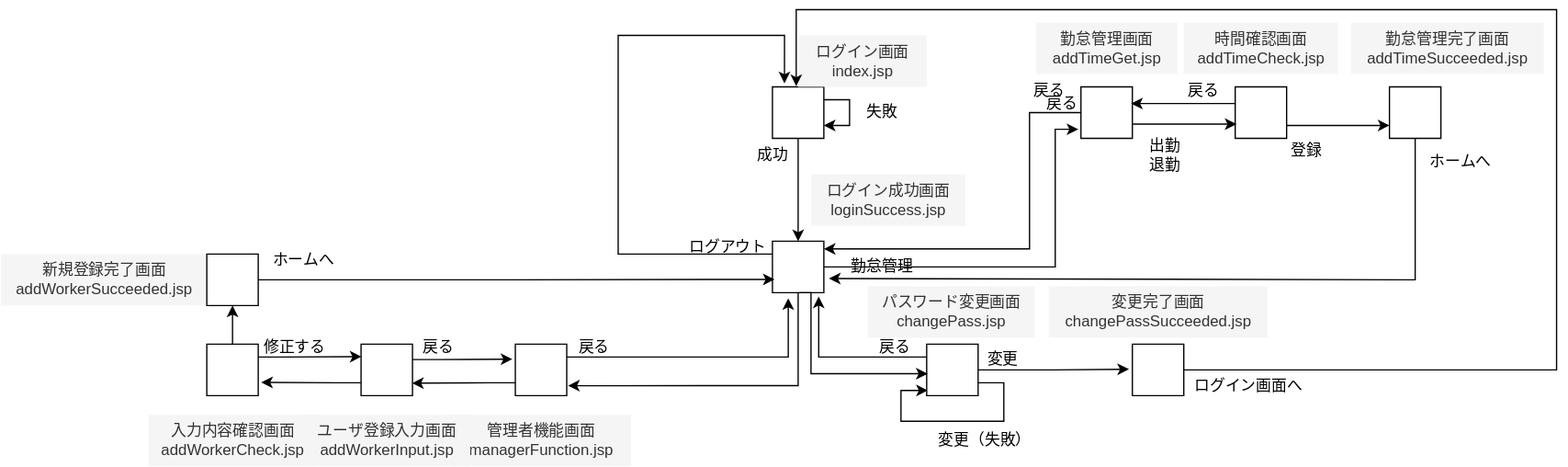
The draw.io diagram ログイン画面.drawio.svg in Masaaki-Kobayashi-kccs/sampleRepo2, before a commit. Source tidied: cells renumbered, new cells last; positions are measured from the earlier drawing's top-left corner, leaving out a move shared by most shapes.
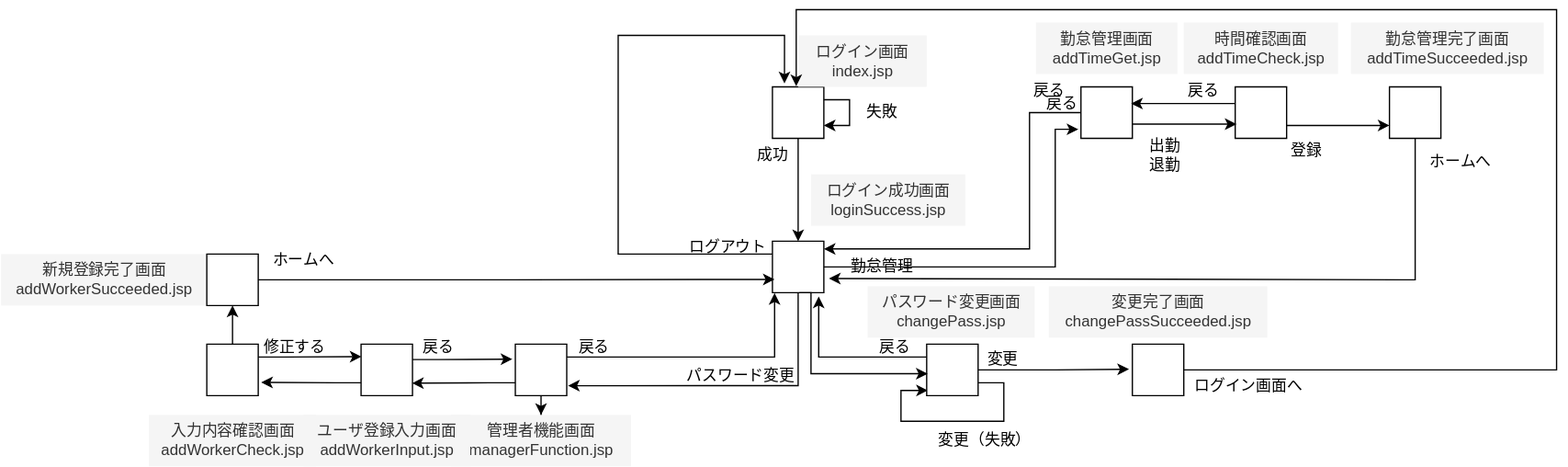
After the change.

Commit message:
ログイン画面.drawio.svg を更新します

The edit, as a diff of the source:
```diff
@@ -118,6 +118,9 @@
     <mxCell id="28" value="変更" style="text;html=1;align=center;verticalAlign=middle;strokeColor=none;fillColor=none;" parent="1" vertex="1">
       <mxGeometry x="754" y="257" width="50" height="30" as="geometry" />
     </mxCell>
+    <mxCell id="64" style="edgeStyle=orthogonalEdgeStyle;rounded=0;jettySize=auto;html=1;" parent="1" edge="1" source="29" target="30">
+      <mxGeometry relative="1" as="geometry" />
+    </mxCell>
     <mxCell id="29" style="verticalLabelPosition=bottom;verticalAlign=top;html=1;shape=mxgraph.basic.rect;fillColor2=none;strokeWidth=1;size=20;indent=5;" parent="1" vertex="1">
       <mxGeometry x="400" y="260" width="40" height="40" as="geometry" />
     </mxCell>
@@ -229,13 +232,6 @@
         </Array>
       </mxGeometry>
     </mxCell>
-    <mxCell id="56" style="edgeStyle=orthogonalEdgeStyle;rounded=0;jettySize=auto;html=1;entryX=0.308;entryY=1.108;entryDx=0;entryDy=0;entryPerimeter=0;" parent="1" edge="1" source="29" target="6">
-      <mxGeometry relative="1" as="geometry">
-        <Array as="points">
-          <mxPoint x="612" y="270" />
-        </Array>
-      </mxGeometry>
-    </mxCell>
     <mxCell id="57" value="戻る" style="text;html=1;align=center;verticalAlign=middle;strokeColor=none;fillColor=none;" parent="1" vertex="1">
       <mxGeometry x="436" y="248" width="50" height="30" as="geometry" />
     </mxCell>
@@ -277,5 +273,15 @@
     <mxCell id="63" value="修正する" style="text;html=1;align=center;verticalAlign=middle;strokeColor=none;fillColor=none;" parent="1" vertex="1">
       <mxGeometry x="193" y="248" width="70" height="30" as="geometry" />
     </mxCell>
+    <mxCell id="56" style="edgeStyle=orthogonalEdgeStyle;rounded=0;jettySize=auto;html=1;entryX=0.042;entryY=1.008;entryDx=0;entryDy=0;entryPerimeter=0;" parent="1" edge="1" source="29" target="6">
+      <mxGeometry relative="1" as="geometry">
+        <Array as="points">
+          <mxPoint x="602" y="270" />
+        </Array>
+      </mxGeometry>
+    </mxCell>
+    <mxCell id="65" value="パスワード変更" style="text;html=1;align=center;verticalAlign=middle;strokeColor=none;fillColor=none;" parent="1" vertex="1">
+      <mxGeometry x="520" y="270" width="110" height="30" as="geometry" />
+    </mxCell>
   </root>
 </mxGraphModel>
```
